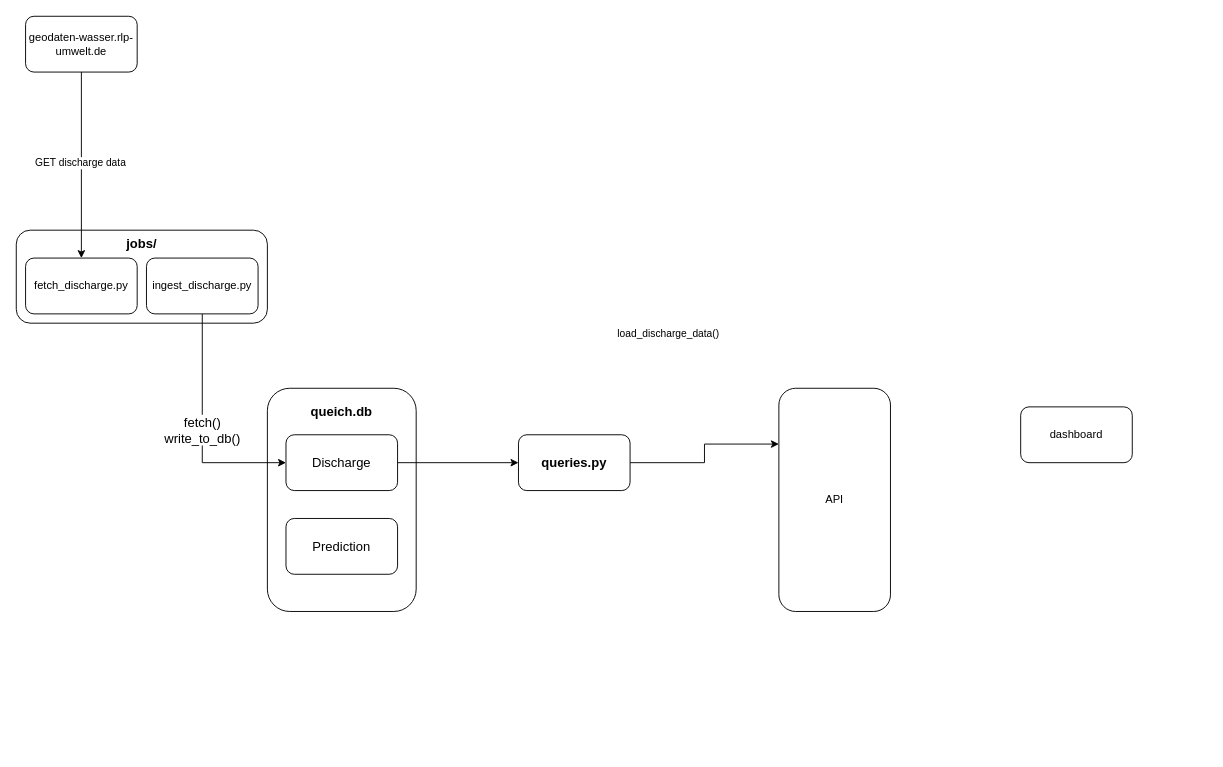
Above: architecture/Pred-Q-ueich.drawio in danielsehr/pred-Q-ueich (draw.io), before the change. Source tidied: cells renumbered, new cells numbered last; positions are measured from the earlier drawing's top-left corner, leaving out a move shared by most shapes. Both pictures are drawn from the tidied source at 93%, with x=0, y=0 at pixel (16, 16).
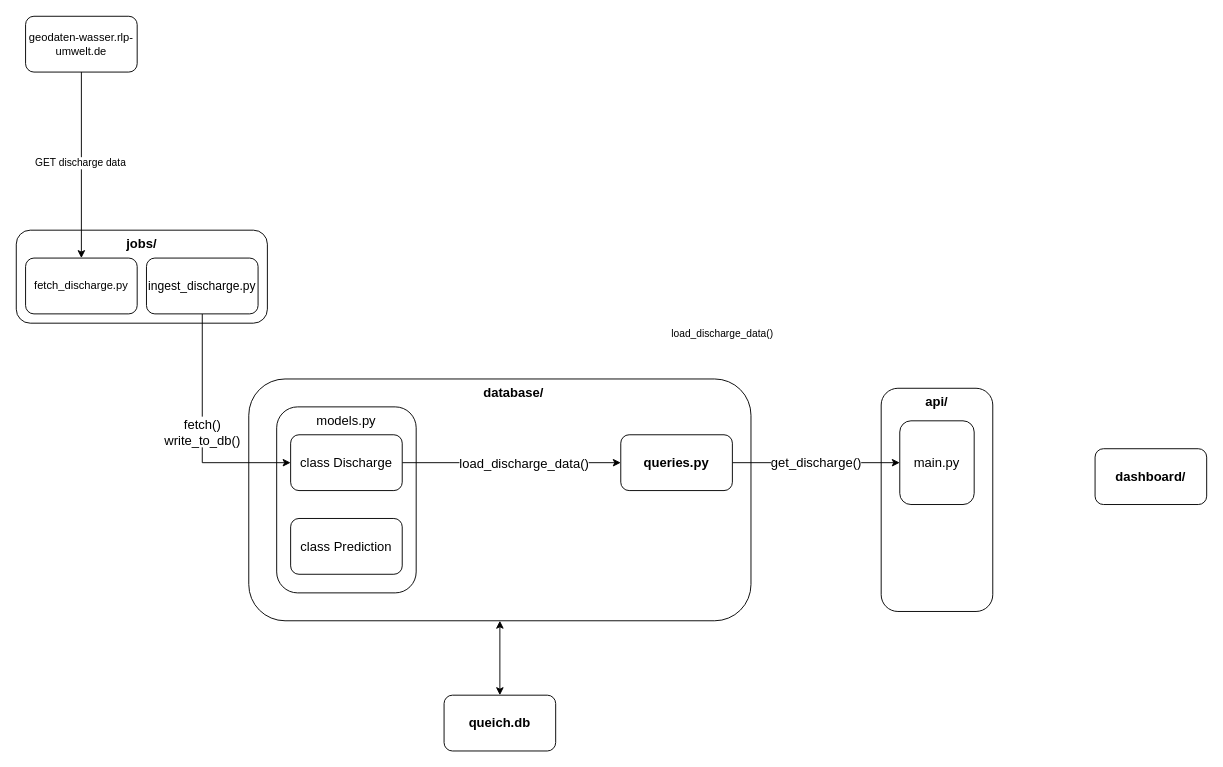
The same diagram, later.

The change refers to these unchanged cells:
```xml
<mxCell id="14" style="edgeStyle=orthogonalEdgeStyle;rounded=0;jettySize=auto;html=1;exitX=1;exitY=0.5;exitDx=0;exitDy=0;entryX=0;entryY=0.5;entryDx=0;entryDy=0;" parent="1" edge="1" source="16" target="20">
  <mxGeometry relative="1" as="geometry" />
</mxCell>
```

Diff of the diagram source:
```diff
@@
     <mxCell id="3" style="rounded=1;whiteSpace=wrap;html=1;fillColor=default;" parent="1" vertex="1">
-      <mxGeometry x="270" y="400" width="160" height="240" as="geometry" />
+      <mxGeometry x="250" y="390" width="540" height="260" as="geometry" />
     </mxCell>
-    <mxCell id="4" value="API" style="rounded=1;whiteSpace=wrap;html=1;" parent="1" vertex="1">
-      <mxGeometry x="820" y="400" width="120" height="240" as="geometry" />
+    <mxCell id="4" style="rounded=1;whiteSpace=wrap;html=1;" parent="1" vertex="1">
+      <mxGeometry x="930" y="400" width="120" height="240" as="geometry" />
     </mxCell>
-    <mxCell id="5" value="dashboard" style="rounded=1;whiteSpace=wrap;html=1;" parent="1" vertex="1">
-      <mxGeometry x="1080" y="420" width="120" height="60" as="geometry" />
+    <mxCell id="5" value="&lt;font style=&quot;font-size: 14px;&quot;&gt;&lt;b&gt;dashboard/&lt;/b&gt;&lt;/font&gt;" style="rounded=1;whiteSpace=wrap;html=1;" parent="1" vertex="1">
+      <mxGeometry x="1160" y="465" width="120" height="60" as="geometry" />
     </mxCell>
+    <mxCell id="21" style="rounded=1;whiteSpace=wrap;html=1;" parent="1" vertex="1">
+      <mxGeometry x="280" y="420" width="150" height="200" as="geometry" />
+    </mxCell>
@@
-    <mxCell id="9" value="&lt;div&gt;ingest_discharge.py&lt;/div&gt;" style="rounded=1;whiteSpace=wrap;html=1;" parent="1" vertex="1">
+    <mxCell id="9" value="&lt;div&gt;&lt;font style=&quot;font-size: 13px;&quot;&gt;ingest_discharge.py&lt;/font&gt;&lt;/div&gt;" style="rounded=1;whiteSpace=wrap;html=1;" parent="1" vertex="1">
       <mxGeometry x="140" y="260" width="120" height="60" as="geometry" />
     </mxCell>
@@
+    <mxCell id="22" value="&lt;font style=&quot;font-size: 14px;&quot;&gt;&lt;span style=&quot;color: light-dark(rgb(0, 0, 0), rgb(166, 128, 184));&quot;&gt;load_discharge_data&lt;/span&gt;&lt;span style=&quot;color: light-dark(rgb(0, 0, 0), rgb(255, 217, 102));&quot;&gt;()&lt;/span&gt;&lt;/font&gt;" style="edgeLabel;html=1;align=center;verticalAlign=middle;" parent="14" vertex="1">
+      <mxGeometry x="0.11" relative="1" as="geometry" />
+    </mxCell>
-    <mxCell id="16" value="&lt;font style=&quot;font-size: 14px; color: light-dark(rgb(0, 0, 0), rgb(151, 208, 119));&quot;&gt;Discharge&lt;/font&gt;" style="rounded=1;whiteSpace=wrap;html=1;" parent="1" vertex="1">
-      <mxGeometry x="290" y="450" width="120" height="60" as="geometry" />
+    <mxCell id="16" value="&lt;font style=&quot;font-size: 14px; color: light-dark(rgb(0, 0, 0), rgb(166, 128, 184));&quot;&gt;class&lt;/font&gt;&lt;font style=&quot;font-size: 14px; color: light-dark(rgb(0, 0, 0), rgb(151, 208, 119));&quot;&gt; Discharge&lt;/font&gt;" style="rounded=1;whiteSpace=wrap;html=1;" parent="1" vertex="1">
+      <mxGeometry x="295" y="450" width="120" height="60" as="geometry" />
     </mxCell>
-    <mxCell id="17" value="&lt;font style=&quot;font-size: 14px;&quot;&gt;&lt;b&gt;queich.db&lt;/b&gt;&lt;/font&gt;" style="text;html=1;whiteSpace=wrap;strokeColor=none;fillColor=none;align=center;verticalAlign=middle;rounded=0;" parent="1" vertex="1">
-      <mxGeometry x="305" y="410" width="90" height="30" as="geometry" />
+    <mxCell id="17" value="&lt;font style=&quot;font-size: 14px;&quot;&gt;&lt;b&gt;database/&lt;/b&gt;&lt;/font&gt;" style="text;html=1;whiteSpace=wrap;strokeColor=none;fillColor=none;align=center;verticalAlign=middle;rounded=0;" parent="1" vertex="1">
+      <mxGeometry x="490" y="390" width="90" height="30" as="geometry" />
     </mxCell>
-    <mxCell id="18" value="&lt;span style=&quot;color: light-dark(rgb(0, 0, 0), rgb(151, 208, 119));&quot;&gt;&lt;font style=&quot;font-size: 14px;&quot;&gt;Prediction&lt;/font&gt;&lt;/span&gt;" style="rounded=1;whiteSpace=wrap;html=1;" parent="1" vertex="1">
-      <mxGeometry x="290" y="540" width="120" height="60" as="geometry" />
+    <mxCell id="18" value="&lt;font style=&quot;font-size: 14px; color: light-dark(rgb(0, 0, 0), rgb(166, 128, 184));&quot;&gt;class&lt;/font&gt;&lt;font style=&quot;font-size: 14px; color: light-dark(rgb(0, 0, 0), rgb(151, 208, 119));&quot;&gt;&amp;nbsp;&lt;/font&gt;&lt;span style=&quot;color: light-dark(rgb(0, 0, 0), rgb(151, 208, 119));&quot;&gt;&lt;font style=&quot;font-size: 14px;&quot;&gt;Prediction&lt;/font&gt;&lt;/span&gt;" style="rounded=1;whiteSpace=wrap;html=1;" parent="1" vertex="1">
+      <mxGeometry x="295" y="540" width="120" height="60" as="geometry" />
     </mxCell>
-    <mxCell id="19" style="edgeStyle=orthogonalEdgeStyle;rounded=0;jettySize=auto;html=1;exitX=1;exitY=0.5;exitDx=0;exitDy=0;entryX=0;entryY=0.25;entryDx=0;entryDy=0;" parent="1" edge="1" source="20" target="4">
+    <mxCell id="19" style="edgeStyle=orthogonalEdgeStyle;rounded=0;jettySize=auto;html=1;exitX=1;exitY=0.5;exitDx=0;exitDy=0;entryX=0;entryY=0.5;entryDx=0;entryDy=0;" parent="1" edge="1" source="20" target="28">
       <mxGeometry relative="1" as="geometry" />
     </mxCell>
+    <mxCell id="23" value="&lt;font style=&quot;font-size: 14px;&quot;&gt;&lt;span style=&quot;color: light-dark(rgb(0, 0, 0), rgb(166, 128, 184));&quot;&gt;get_discharge&lt;/span&gt;&lt;span style=&quot;color: light-dark(rgb(0, 0, 0), rgb(255, 217, 102));&quot;&gt;()&lt;/span&gt;&lt;/font&gt;" style="edgeLabel;html=1;align=center;verticalAlign=middle;" parent="19" vertex="1">
+      <mxGeometry x="-0.01" y="1" relative="1" as="geometry" />
+    </mxCell>
     <mxCell id="20" value="&lt;font style=&quot;font-size: 14px;&quot;&gt;&lt;b&gt;queries.py&lt;/b&gt;&lt;/font&gt;" style="rounded=1;whiteSpace=wrap;html=1;" parent="1" vertex="1">
-      <mxGeometry x="540" y="450" width="120" height="60" as="geometry" />
+      <mxGeometry x="650" y="450" width="120" height="60" as="geometry" />
     </mxCell>
+    <mxCell id="24" value="&lt;font style=&quot;font-size: 14px;&quot;&gt;&lt;b&gt;queich.db&lt;/b&gt;&lt;/font&gt;" style="rounded=1;whiteSpace=wrap;html=1;" parent="1" vertex="1">
+      <mxGeometry x="460" y="730" width="120" height="60" as="geometry" />
+    </mxCell>
+    <mxCell id="25" style="endArrow=classic;startArrow=classic;html=1;rounded=0;entryX=0.5;entryY=1;entryDx=0;entryDy=0;" parent="1" edge="1" source="24" target="3">
+      <mxGeometry relative="1" as="geometry" />
+    </mxCell>
+    <mxCell id="26" value="&lt;font style=&quot;font-size: 14px;&quot;&gt;models.py&lt;/font&gt;" style="text;html=1;whiteSpace=wrap;strokeColor=none;fillColor=none;align=center;verticalAlign=middle;rounded=0;" parent="1" vertex="1">
+      <mxGeometry x="310" y="420" width="90" height="30" as="geometry" />
+    </mxCell>
+    <mxCell id="27" value="&lt;font style=&quot;font-size: 14px;&quot;&gt;&lt;b&gt;api/&lt;/b&gt;&lt;/font&gt;" style="text;html=1;whiteSpace=wrap;strokeColor=none;fillColor=none;align=center;verticalAlign=middle;rounded=0;" parent="1" vertex="1">
+      <mxGeometry x="965" y="400" width="50" height="30" as="geometry" />
+    </mxCell>
+    <mxCell id="28" value="&lt;font style=&quot;font-size: 14px;&quot;&gt;main.py&lt;/font&gt;" style="rounded=1;whiteSpace=wrap;html=1;" parent="1" vertex="1">
+      <mxGeometry x="950" y="435" width="80" height="90" as="geometry" />
+    </mxCell>
```
